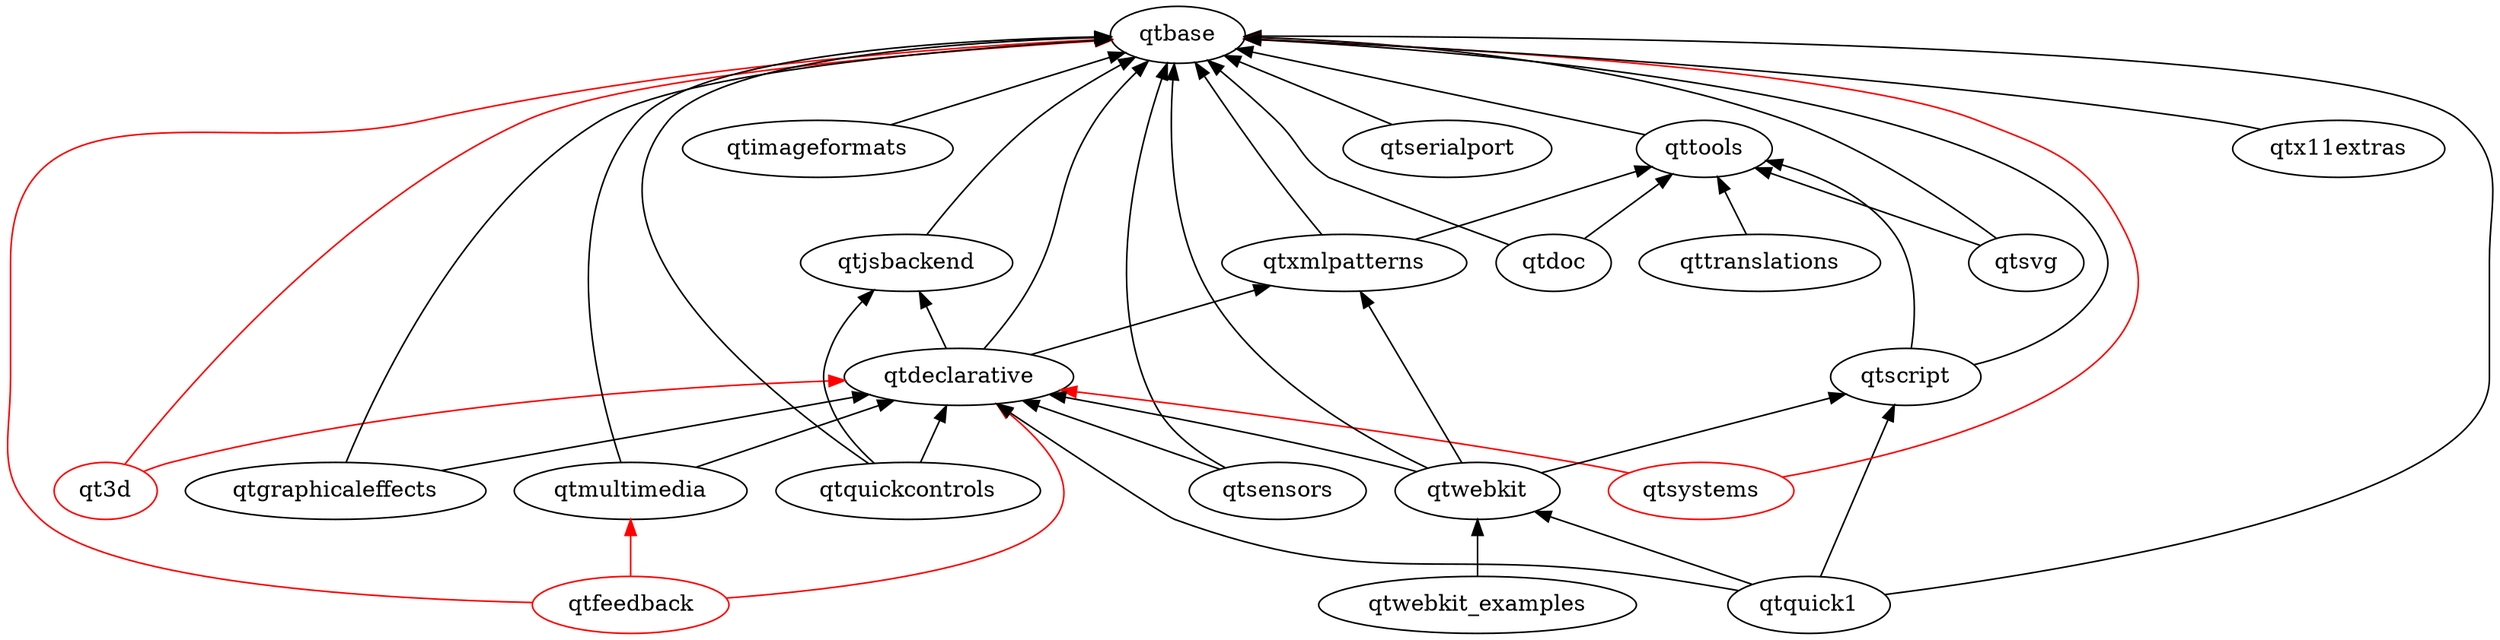
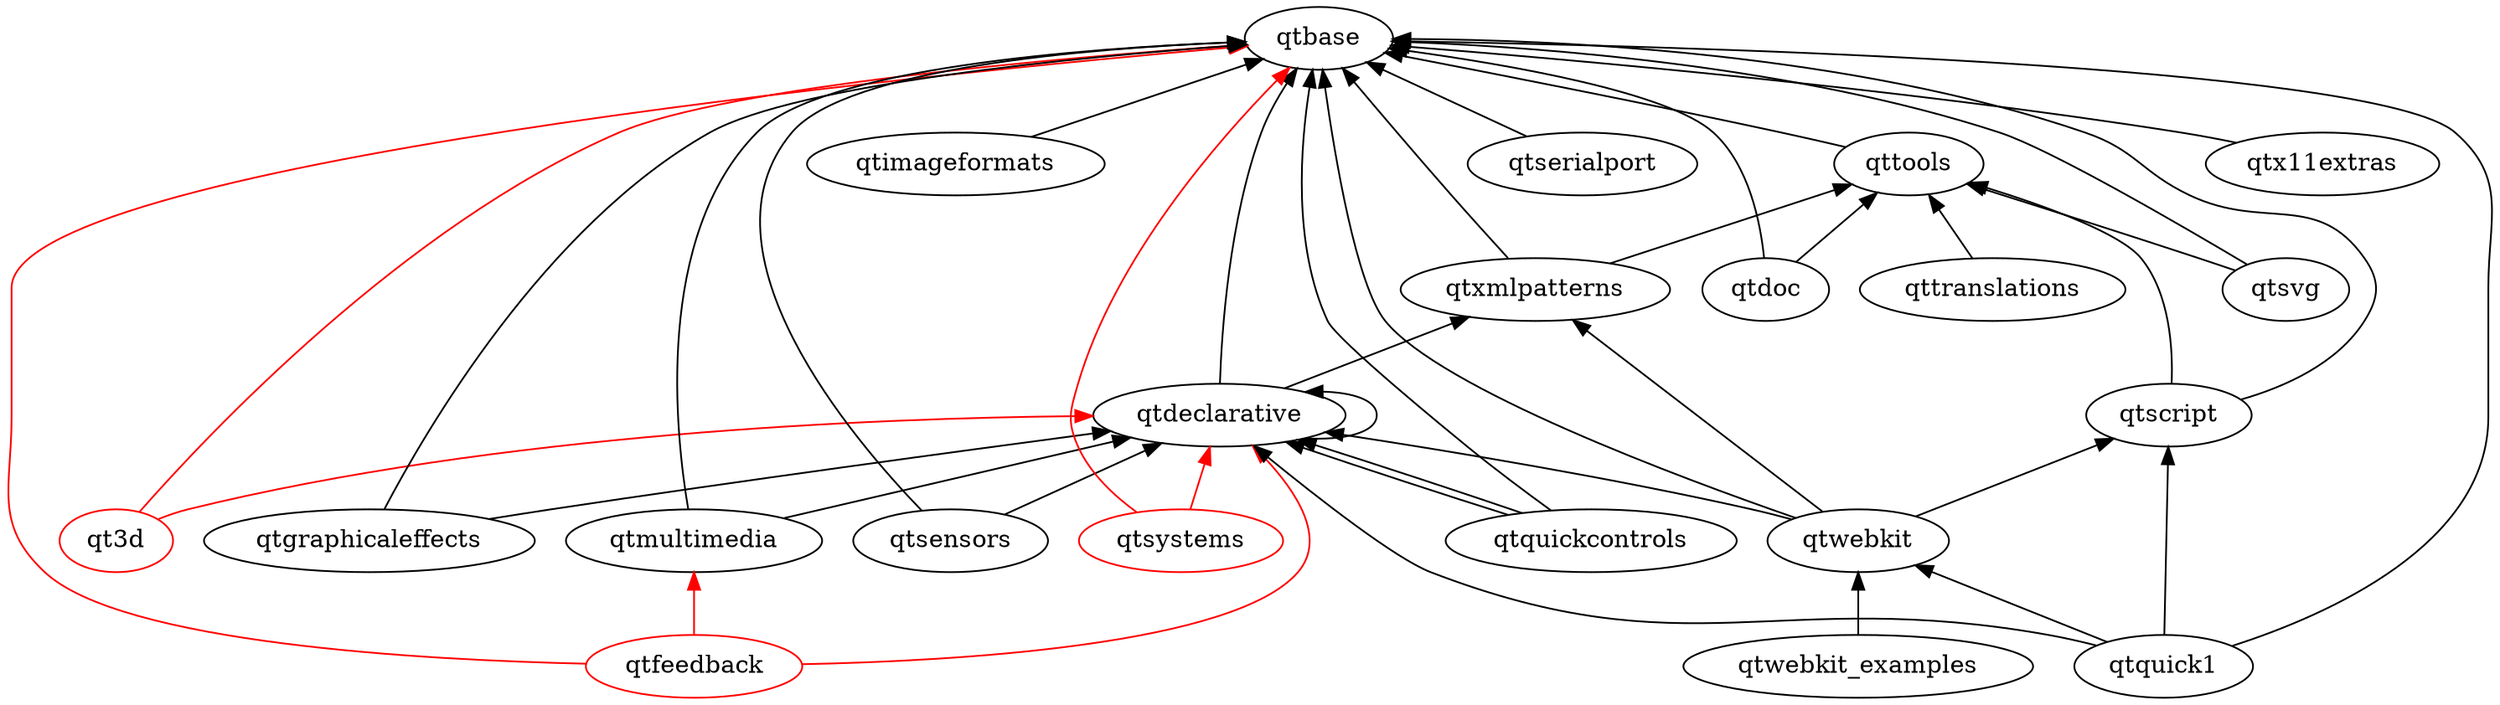
digraph qt5 {
  graph [
    rankdir = "BT"
  ]

  qt3d [ color = red ]
  qtbase
  qtdeclarative
  qtdoc
  qtfeedback [ color = red ]
  qtgraphicaleffects
  qtimageformats
-   qtjsbackend
  qtmultimedia
  qtquick1
  qtquickcontrols
  qtscript
  qtsensors
  qtserialport
  qtsvg
  qtsystems [ color = red ]
  qttools
  qttranslations
  qtwebkit
  qtwebkit_examples
  qtx11extras
  qtxmlpatterns

  qtdeclarative -> qtbase
-   qtdeclarative -> qtjsbackend
+   qtdeclarative -> qtdeclarative
  qtdeclarative -> qtxmlpatterns
  qtdoc -> qtbase
  qtdoc -> qttools
  qtgraphicaleffects -> qtbase
  qtgraphicaleffects -> qtdeclarative
  qtimageformats -> qtbase
-   qtjsbackend -> qtbase
  qtmultimedia -> qtbase
  qtmultimedia -> qtdeclarative
  qtquick1 -> qtbase
  qtquick1 -> qtdeclarative
  qtquick1 -> qtscript
  qtquick1 -> qtwebkit
  qtquickcontrols -> qtbase
  qtquickcontrols -> qtdeclarative
-   qtquickcontrols -> qtjsbackend
+   qtquickcontrols -> qtdeclarative
  qtsensors -> qtbase
  qtsensors -> qtdeclarative
  qtserialport -> qtbase
  qtscript -> qtbase
  qtscript -> qttools
  qtsvg -> qtbase
  qtsvg -> qttools
  qttools -> qtbase
  qttranslations -> qttools
  qtwebkit -> qtbase
  qtwebkit -> qtdeclarative
  qtwebkit -> qtscript
  qtwebkit -> qtxmlpatterns
  qtwebkit_examples -> qtwebkit
  qtx11extras -> qtbase
  qtxmlpatterns -> qtbase
  qtxmlpatterns -> qttools

  // unsure/not-uploaded
  qt3d -> qtbase [ color = red ]
  qt3d -> qtdeclarative [ color = red ]
  qtfeedback -> qtbase [ color = red ]
  qtfeedback -> qtdeclarative [ color = red ]
  qtfeedback -> qtmultimedia [ color = red ]
  qtsystems -> qtbase [ color = red ]
  qtsystems -> qtdeclarative [ color = red ]
}
